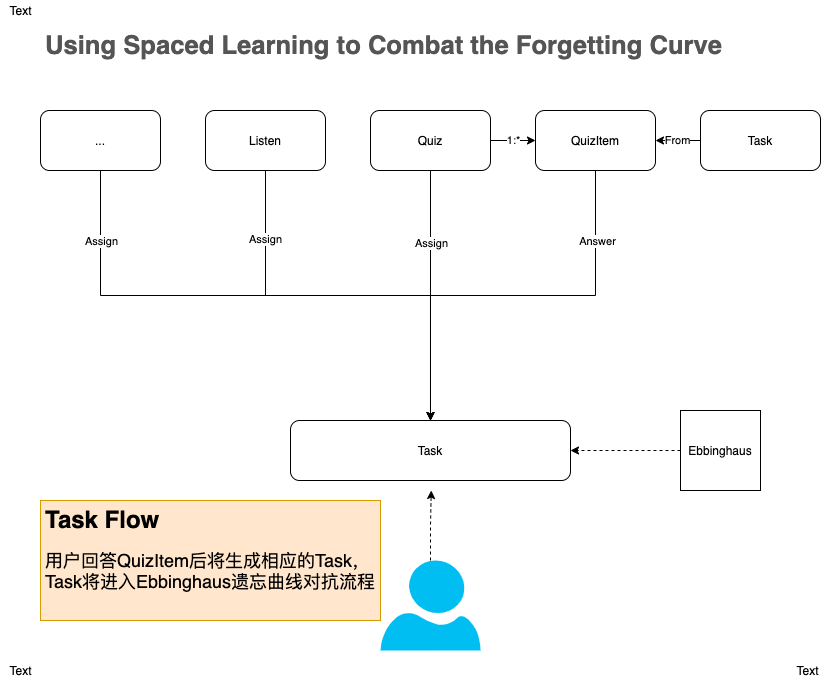
Earlier version of the draw.io export document/TaskFlowDiagram.png (moreadgroup/moread-cloud-data). Source tidied: cells renumbered, new cells last; positions are measured from the earlier drawing's top-left corner, leaving out a move shared by most shapes.
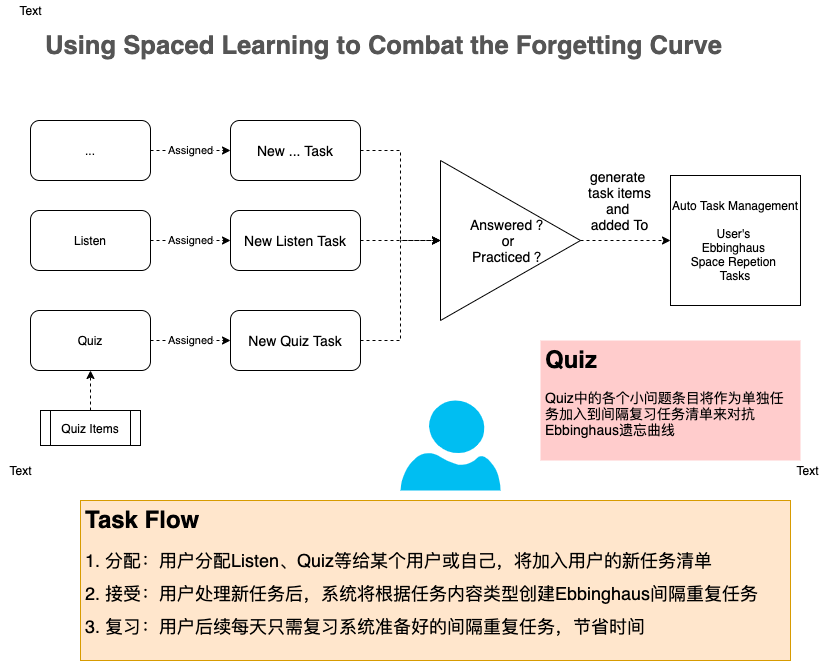
The same diagram one commit later.

What changed in the source:
```diff
@@ -2,75 +2,41 @@
   <root>
     <mxCell id="0" />
     <mxCell id="1" parent="0" />
-    <mxCell id="2" style="edgeStyle=orthogonalEdgeStyle;rounded=0;jettySize=auto;html=1;exitX=0.5;exitY=1;exitDx=0;exitDy=0;" parent="1" edge="1" source="4" target="17">
+    <mxCell id="2" value="Assigned" style="edgeStyle=orthogonalEdgeStyle;rounded=0;jettySize=auto;html=1;dashed=1;" parent="1" edge="1" source="4" target="17">
       <mxGeometry relative="1" as="geometry" />
     </mxCell>
-    <mxCell id="3" value="Assign" style="edgeLabel;html=1;align=center;verticalAlign=middle;" parent="2" vertex="1">
-      <mxGeometry x="-0.71" y="2" relative="1" as="geometry">
-        <mxPoint x="-2" y="-13" as="offset" />
-      </mxGeometry>
-    </mxCell>
     <mxCell id="4" value="..." style="rounded=1;whiteSpace=wrap;html=1;" parent="1" vertex="1">
-      <mxGeometry x="40" y="110" width="120" height="60" as="geometry" />
+      <mxGeometry x="30" y="320" width="120" height="60" as="geometry" />
     </mxCell>
-    <mxCell id="5" style="edgeStyle=orthogonalEdgeStyle;rounded=0;jettySize=auto;html=1;entryX=0.5;entryY=0;entryDx=0;entryDy=0;" parent="1" edge="1" source="7" target="17">
-      <mxGeometry relative="1" as="geometry" />
-    </mxCell>
-    <mxCell id="6" value="Assign" style="edgeLabel;html=1;align=center;verticalAlign=middle;" parent="5" vertex="1">
-      <mxGeometry x="-0.67" y="-1" relative="1" as="geometry" />
-    </mxCell>
+    <mxCell id="27" value="Assigned" style="edgeStyle=orthogonalEdgeStyle;rounded=0;jettySize=auto;html=1;entryX=0;entryY=0.5;entryDx=0;entryDy=0;dashed=1;" parent="1" edge="1" source="7" target="31">
+      <mxGeometry relative="1" as="geometry" />
+    </mxCell>
     <mxCell id="7" value="Listen" style="rounded=1;whiteSpace=wrap;html=1;" parent="1" vertex="1">
-      <mxGeometry x="205" y="110" width="120" height="60" as="geometry" />
+      <mxGeometry x="30" y="410" width="120" height="60" as="geometry" />
     </mxCell>
-    <mxCell id="8" value="1:*" style="rounded=0;jettySize=auto;html=1;entryX=0;entryY=0.5;entryDx=0;entryDy=0;" parent="1" edge="1" source="11" target="14">
-      <mxGeometry relative="1" as="geometry" />
-    </mxCell>
-    <mxCell id="9" style="edgeStyle=orthogonalEdgeStyle;rounded=0;jettySize=auto;html=1;entryX=0.5;entryY=0;entryDx=0;entryDy=0;" parent="1" edge="1" source="11" target="17">
-      <mxGeometry relative="1" as="geometry" />
-    </mxCell>
-    <mxCell id="10" value="Assign" style="edgeLabel;html=1;align=center;verticalAlign=middle;" parent="9" vertex="1">
-      <mxGeometry x="-0.42" relative="1" as="geometry" />
-    </mxCell>
+    <mxCell id="28" value="Assigned" style="edgeStyle=orthogonalEdgeStyle;rounded=0;jettySize=auto;html=1;entryX=0;entryY=0.5;entryDx=0;entryDy=0;dashed=1;" parent="1" edge="1" source="11" target="33">
+      <mxGeometry relative="1" as="geometry" />
+    </mxCell>
     <mxCell id="11" value="Quiz" style="rounded=1;whiteSpace=wrap;html=1;" parent="1" vertex="1">
-      <mxGeometry x="370" y="110" width="120" height="60" as="geometry" />
+      <mxGeometry x="30" y="510" width="120" height="60" as="geometry" />
     </mxCell>
-    <mxCell id="12" style="edgeStyle=orthogonalEdgeStyle;rounded=0;jettySize=auto;html=1;entryX=0.5;entryY=0;entryDx=0;entryDy=0;" parent="1" edge="1" source="14" target="17">
-      <mxGeometry relative="1" as="geometry" />
-    </mxCell>
-    <mxCell id="13" value="Answer" style="edgeLabel;html=1;align=center;verticalAlign=middle;" parent="12" vertex="1">
-      <mxGeometry x="-0.66" y="1" relative="1" as="geometry" />
-    </mxCell>
-    <mxCell id="14" value="QuizItem" style="rounded=1;whiteSpace=wrap;html=1;" parent="1" vertex="1">
-      <mxGeometry x="535" y="110" width="120" height="60" as="geometry" />
-    </mxCell>
-    <mxCell id="15" value="From" style="edgeStyle=none;rounded=0;jettySize=auto;html=1;entryX=1;entryY=0.5;entryDx=0;entryDy=0;" parent="1" edge="1" source="16" target="14">
-      <mxGeometry relative="1" as="geometry" />
-    </mxCell>
-    <mxCell id="16" value="Task" style="rounded=1;whiteSpace=wrap;html=1;" parent="1" vertex="1">
-      <mxGeometry x="700" y="110" width="120" height="60" as="geometry" />
-    </mxCell>
+    <mxCell id="29" style="edgeStyle=orthogonalEdgeStyle;rounded=0;jettySize=auto;html=1;entryX=0;entryY=0.5;entryDx=0;entryDy=0;dashed=1;" parent="1" edge="1" source="17" target="34">
+      <mxGeometry relative="1" as="geometry" />
+    </mxCell>
-    <mxCell id="17" value="Task" style="rounded=1;whiteSpace=wrap;html=1;" parent="1" vertex="1">
-      <mxGeometry x="290" y="420" width="280" height="60" as="geometry" />
+    <mxCell id="17" value="&lt;font style=&quot;font-size: 14px&quot;&gt;New ... Task&lt;/font&gt;" style="rounded=1;whiteSpace=wrap;html=1;" parent="1" vertex="1">
+      <mxGeometry x="230" y="320" width="130" height="60" as="geometry" />
     </mxCell>
-    <mxCell id="18" style="edgeStyle=orthogonalEdgeStyle;rounded=0;jettySize=auto;html=1;entryX=1;entryY=0.5;entryDx=0;entryDy=0;dashed=1;" parent="1" edge="1" source="19" target="17">
-      <mxGeometry relative="1" as="geometry" />
-    </mxCell>
-    <mxCell id="19" value="Ebbinghaus" style="whiteSpace=wrap;html=1;" parent="1" vertex="1">
-      <mxGeometry x="680" y="410" width="80" height="80" as="geometry" />
+    <mxCell id="19" value="Auto Task Management&lt;br&gt;&lt;br&gt;User's &lt;br&gt;Ebbinghaus &lt;br&gt;Space Repetion &lt;br&gt;Tasks" style="whiteSpace=wrap;html=1;" parent="1" vertex="1">
+      <mxGeometry x="670" y="375" width="130" height="130" as="geometry" />
     </mxCell>
     <mxCell id="20" value="&lt;h2 class=&quot;text-left&quot; style=&quot;box-sizing: border-box ; font-size: 1.6rem ; margin-top: 0px ; margin-bottom: 0.5rem ; line-height: 1.2 ; color: rgb(85 , 85 , 85) ; font-family: &amp;#34;montserrat&amp;#34; , sans-serif ; background-color: rgb(255 , 255 , 255)&quot;&gt;Using Spaced Learning to Combat the Forgetting Curve&lt;/h2&gt;" style="text;html=1;strokeColor=none;fillColor=none;spacing=5;spacingTop=-20;whiteSpace=wrap;overflow=hidden;rounded=0;" parent="1" vertex="1">
-      <mxGeometry x="40" y="40" width="730" height="50" as="geometry" />
+      <mxGeometry x="40" y="240" width="730" height="50" as="geometry" />
     </mxCell>
-    <mxCell id="21" style="edgeStyle=orthogonalEdgeStyle;rounded=0;jettySize=auto;html=1;dashed=1;" parent="1" edge="1" source="22">
-      <mxGeometry relative="1" as="geometry">
-        <mxPoint x="430.8" y="490" as="targetPoint" />
-      </mxGeometry>
-    </mxCell>
     <mxCell id="22" style="verticalLabelPosition=bottom;html=1;verticalAlign=top;align=center;strokeColor=none;fillColor=#00BEF2;shape=mxgraph.azure.user;" parent="1" vertex="1">
-      <mxGeometry x="380" y="560" width="100" height="90" as="geometry" />
+      <mxGeometry x="400" y="600" width="100" height="90" as="geometry" />
     </mxCell>
-    <mxCell id="23" value="&lt;h1&gt;Task Flow&lt;/h1&gt;&lt;p&gt;&lt;font style=&quot;font-size: 18px&quot;&gt;用户回答QuizItem后将生成相应的Task，Task将进入Ebbinghaus遗忘曲线对抗流程&lt;/font&gt;&lt;/p&gt;" style="text;html=1;strokeColor=#d79b00;fillColor=#ffe6cc;spacing=5;spacingTop=-20;whiteSpace=wrap;overflow=hidden;rounded=0;" parent="1" vertex="1">
-      <mxGeometry x="40" y="500" width="340" height="120" as="geometry" />
+    <mxCell id="23" value="&lt;h1&gt;Task Flow&lt;/h1&gt;&lt;p&gt;&lt;font style=&quot;font-size: 18px&quot;&gt;1. 分配：用户分配Listen、Quiz等给某个用户或自己，将加入用户的新任务清单&lt;/font&gt;&lt;/p&gt;&lt;p&gt;&lt;font style=&quot;font-size: 18px&quot;&gt;2. 接受：用户处理新任务后，系统将根据任务内容类型创建Ebbinghaus间隔重复任务&lt;/font&gt;&lt;/p&gt;&lt;p&gt;&lt;font style=&quot;font-size: 18px&quot;&gt;3. 复习：用户后续每天只需复习系统准备好的间隔重复任务，节省时间&lt;/font&gt;&lt;/p&gt;" style="text;html=1;strokeColor=#d79b00;fillColor=#ffe6cc;spacing=5;spacingTop=-20;whiteSpace=wrap;overflow=hidden;rounded=0;" parent="1" vertex="1">
+      <mxGeometry x="80" y="700" width="710" height="160" as="geometry" />
     </mxCell>
     <mxCell id="24" value="Text" style="text;html=1;align=center;verticalAlign=middle;" parent="1" vertex="1">
       <mxGeometry y="660" width="40" height="20" as="geometry" />
@@ -79,7 +45,42 @@
       <mxGeometry x="787" y="660" width="40" height="20" as="geometry" />
     </mxCell>
     <mxCell id="26" value="Text" style="text;html=1;align=center;verticalAlign=middle;" parent="1" vertex="1">
-      <mxGeometry width="40" height="20" as="geometry" />
+      <mxGeometry x="10" y="200" width="40" height="20" as="geometry" />
     </mxCell>
+    <mxCell id="30" style="edgeStyle=orthogonalEdgeStyle;rounded=0;jettySize=auto;html=1;dashed=1;" parent="1" edge="1" source="31">
+      <mxGeometry relative="1" as="geometry">
+        <mxPoint x="440" y="440" as="targetPoint" />
+      </mxGeometry>
+    </mxCell>
+    <mxCell id="31" value="&lt;font style=&quot;font-size: 14px&quot;&gt;New Listen Task&lt;/font&gt;" style="rounded=1;whiteSpace=wrap;html=1;" parent="1" vertex="1">
+      <mxGeometry x="230" y="410" width="130" height="60" as="geometry" />
+    </mxCell>
+    <mxCell id="32" style="edgeStyle=orthogonalEdgeStyle;rounded=0;jettySize=auto;html=1;dashed=1;" parent="1" edge="1" source="33">
+      <mxGeometry relative="1" as="geometry">
+        <mxPoint x="440" y="440" as="targetPoint" />
+        <Array as="points">
+          <mxPoint x="400" y="540" />
+          <mxPoint x="400" y="440" />
+        </Array>
+      </mxGeometry>
+    </mxCell>
+    <mxCell id="33" value="&lt;font style=&quot;font-size: 14px&quot;&gt;New Quiz Task&lt;/font&gt;" style="rounded=1;whiteSpace=wrap;html=1;" parent="1" vertex="1">
+      <mxGeometry x="230" y="510" width="130" height="60" as="geometry" />
+    </mxCell>
+    <mxCell id="34" value="&lt;font style=&quot;font-size: 14px&quot;&gt;Answered ？&lt;br&gt;or &lt;br&gt;Practiced ？&lt;/font&gt;" style="triangle;whiteSpace=wrap;html=1;align=center;" parent="1" vertex="1">
+      <mxGeometry x="440" y="360" width="140" height="160" as="geometry" />
+    </mxCell>
+    <mxCell id="35" value="&lt;font style=&quot;font-size: 14px&quot;&gt;generate &lt;br&gt;task items&lt;br&gt;and &lt;br&gt;added To&lt;/font&gt;" style="edgeStyle=orthogonalEdgeStyle;rounded=0;jettySize=auto;html=1;dashed=1;" parent="1" edge="1" source="34" target="19">
+      <mxGeometry x="-0.12" y="40" relative="1" as="geometry" />
+    </mxCell>
+    <mxCell id="36" style="edgeStyle=orthogonalEdgeStyle;rounded=0;jettySize=auto;html=1;entryX=0.5;entryY=1;entryDx=0;entryDy=0;dashed=1;" parent="1" edge="1" source="37" target="11">
+      <mxGeometry relative="1" as="geometry" />
+    </mxCell>
+    <mxCell id="37" value="Quiz Items" style="shape=process;whiteSpace=wrap;html=1;backgroundOutline=1;" parent="1" vertex="1">
+      <mxGeometry x="40" y="610" width="100" height="35" as="geometry" />
+    </mxCell>
+    <mxCell id="38" value="&lt;h1&gt;Quiz&lt;/h1&gt;&lt;p&gt;&lt;font style=&quot;font-size: 14px&quot;&gt;Quiz中的各个小问题条目将作为单独任务加入到间隔复习任务清单来对抗Ebbinghaus遗忘曲线&lt;/font&gt;&lt;/p&gt;" style="text;html=1;strokeColor=none;fillColor=#FFCCCC;spacing=5;spacingTop=-20;whiteSpace=wrap;overflow=hidden;rounded=0;" parent="1" vertex="1">
+      <mxGeometry x="540" y="540" width="260" height="120" as="geometry" />
+    </mxCell>
   </root>
 </mxGraphModel>
```
